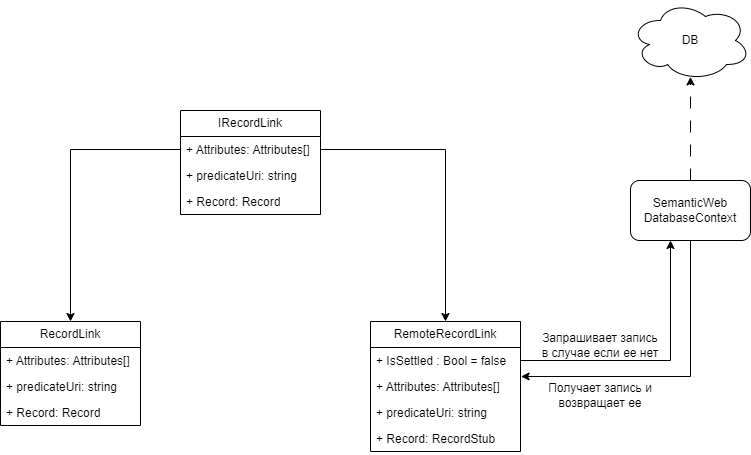
This is _images/remote_conn.png from Krazerleo/Diploma, a draw.io export, as it was before one commit. Source tidied: cells renumbered, new cells last; positions are measured from the earlier drawing's top-left corner, leaving out a move shared by most shapes.
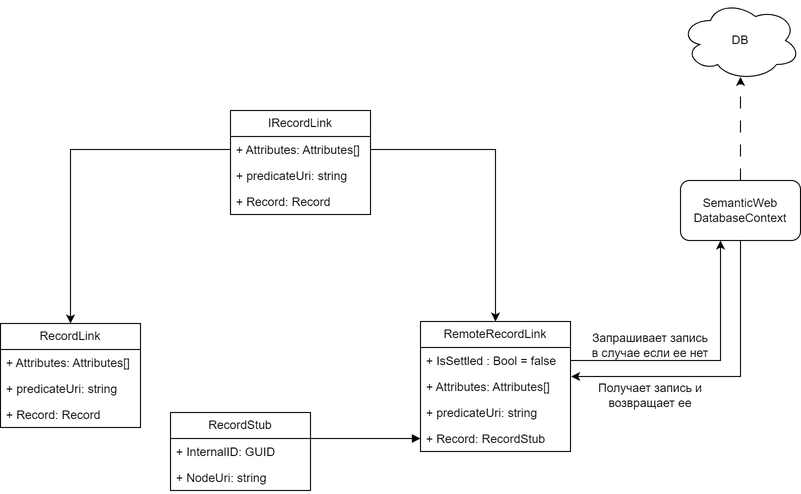
The same diagram one commit later.

What changed in the source:
```diff
@@ -15,7 +15,7 @@
       <mxGeometry y="78" width="140" height="26" as="geometry" />
     </mxCell>
     <mxCell id="6" value="RecordLink" style="swimlane;fontStyle=0;horizontal=1;startSize=26;fillColor=none;whiteSpace=wrap;html=1;" parent="1" vertex="1">
-      <mxGeometry y="321" width="140" height="104" as="geometry" />
+      <mxGeometry x="-50" y="323" width="140" height="104" as="geometry" />
     </mxCell>
     <mxCell id="7" value="+ Attributes: Attributes[]" style="text;strokeColor=none;fillColor=none;align=left;verticalAlign=top;spacingLeft=4;spacingRight=4;overflow=hidden;whiteSpace=wrap;html=1;" parent="6" vertex="1">
       <mxGeometry y="26" width="140" height="26" as="geometry" />
@@ -73,5 +73,21 @@
     <mxCell id="23" value="Получает запись и возвращает ее" style="text;html=1;strokeColor=none;fillColor=none;align=center;verticalAlign=middle;whiteSpace=wrap;rounded=0;" parent="1" vertex="1">
       <mxGeometry x="530" y="380" width="140" height="30" as="geometry" />
     </mxCell>
+    <mxCell id="24" value="RecordStub" style="swimlane;fontStyle=0;horizontal=1;startSize=26;fillColor=none;whiteSpace=wrap;html=1;" parent="1" vertex="1">
+      <mxGeometry x="120" y="412" width="140" height="78" as="geometry" />
+    </mxCell>
+    <mxCell id="25" value="+ InternalID: GUID" style="text;strokeColor=none;fillColor=none;align=left;verticalAlign=top;spacingLeft=4;spacingRight=4;overflow=hidden;whiteSpace=wrap;html=1;" parent="24" vertex="1">
+      <mxGeometry y="26" width="140" height="26" as="geometry" />
+    </mxCell>
+    <mxCell id="26" value="+ NodeUri: string" style="text;strokeColor=none;fillColor=none;align=left;verticalAlign=top;spacingLeft=4;spacingRight=4;overflow=hidden;whiteSpace=wrap;html=1;" parent="24" vertex="1">
+      <mxGeometry y="52" width="140" height="26" as="geometry" />
+    </mxCell>
+    <mxCell id="27" style="endArrow=block;endFill=1;html=1;edgeStyle=orthogonalEdgeStyle;align=left;verticalAlign=top;rounded=0;entryX=0;entryY=0.5;entryDx=0;entryDy=0;exitX=1;exitY=0.5;exitDx=0;exitDy=0;" parent="1" edge="1" source="24" target="15">
+      <mxGeometry x="-1" relative="1" as="geometry">
+        <Array as="points">
+          <mxPoint x="260" y="438" />
+        </Array>
+      </mxGeometry>
+    </mxCell>
   </root>
 </mxGraphModel>
```
